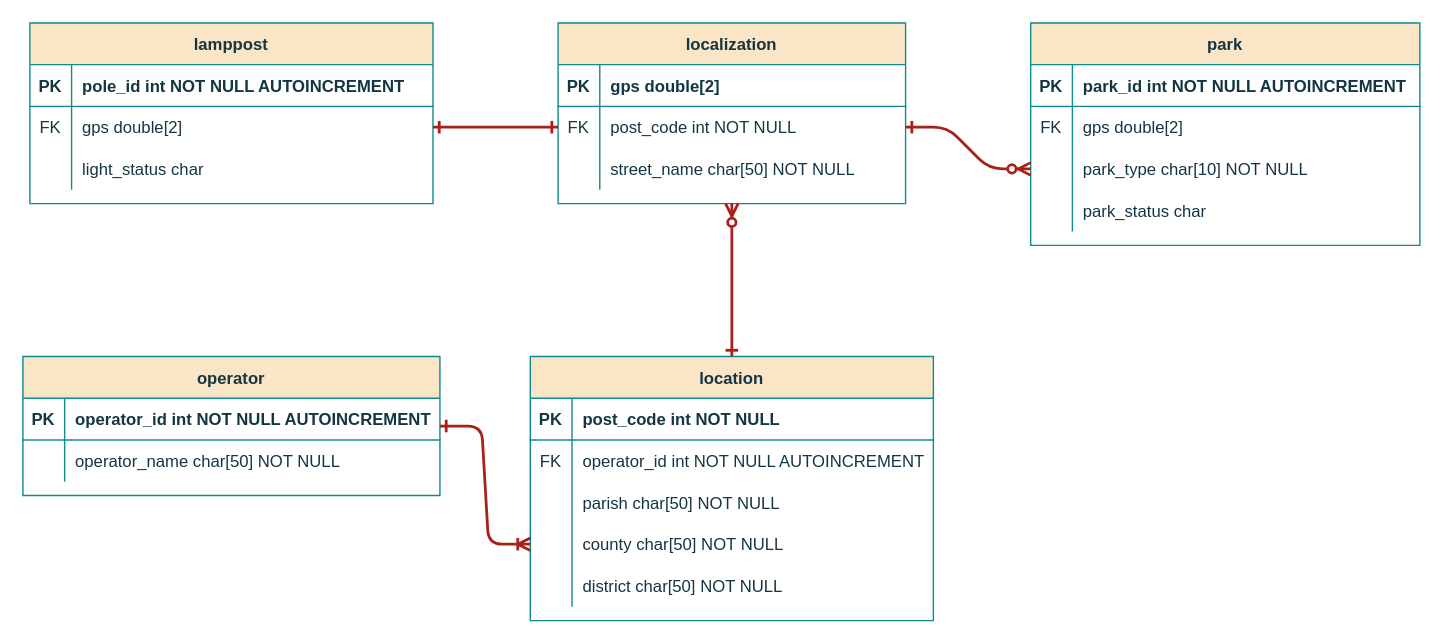
Above: project/report/flowcharts/DataBase.drawio in ESRGgroup9/slipad (draw.io), before the change. Source tidied: cells renumbered, new cells numbered last; positions are measured from the earlier drawing's top-left corner, leaving out a move shared by most shapes. Both pictures are drawn from the tidied source at 139%, with x=0, y=0 at pixel (22, 22).
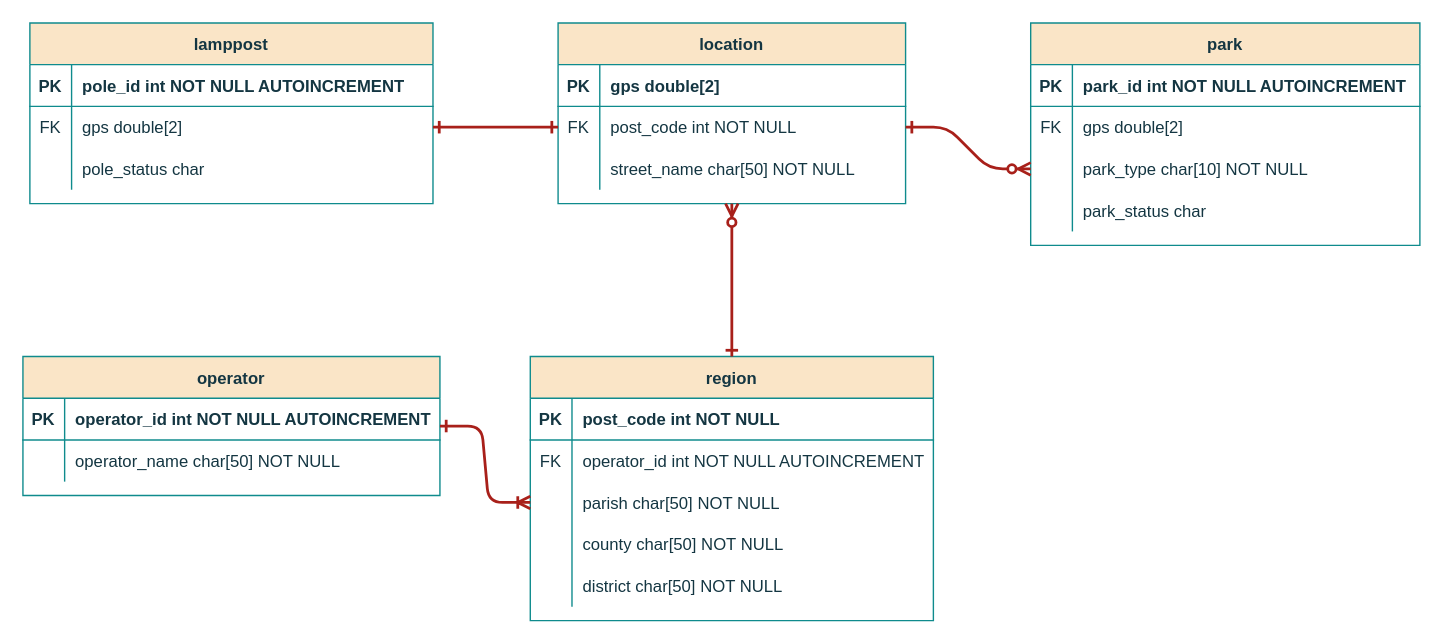
After the change.

Unchanged cells that the change refers to:
```xml
<mxCell id="9" style="shape=partialRectangle;fillColor=none;top=0;left=0;bottom=0;right=0;strokeColor=#0F8B8D;fontColor=#143642;" parent="2" vertex="1">
  <mxGeometry y="90" width="290" height="30" as="geometry" />
</mxCell>
<mxCell id="29" style="shape=partialRectangle;fillColor=none;top=0;left=0;bottom=0;right=0;points=[[0,0.5],[1,0.5]];portConstraint=eastwest;strokeColor=#0F8B8D;fontColor=#143642;" parent="22" vertex="1">
  <mxGeometry y="90" width="290" height="30" as="geometry" />
</mxCell>
<mxCell id="32" style="shape=partialRectangle;fillColor=none;top=0;left=0;bottom=0;right=0;points=[[0,0.5],[1,0.5]];portConstraint=eastwest;strokeColor=#0F8B8D;fontColor=#143642;" parent="22" vertex="1">
  <mxGeometry y="120" width="290" height="30" as="geometry" />
</mxCell>
<mxCell id="38" value="operator" style="shape=table;startSize=30;childLayout=tableLayout;rowLines=0;fontStyle=1;align=center;fillColor=#FAE5C7;strokeColor=#0F8B8D;fontColor=#143642;" parent="1" vertex="1">
  <mxGeometry y="240" width="300" height="100" as="geometry" />
</mxCell>
```

Diff of the diagram source:
```diff
@@
-    <mxCell id="11" value="light_status char" style="shape=partialRectangle;fillColor=none;top=0;left=0;bottom=0;right=0;align=left;spacingLeft=6;overflow=hidden;strokeColor=#0F8B8D;fontColor=#143642;" parent="9" vertex="1">
+    <mxCell id="11" value="pole_status char" style="shape=partialRectangle;fillColor=none;top=0;left=0;bottom=0;right=0;align=left;spacingLeft=6;overflow=hidden;strokeColor=#0F8B8D;fontColor=#143642;" parent="9" vertex="1">
       <mxGeometry x="30" width="260" height="30" as="geometry" />
     </mxCell>
-    <mxCell id="12" value="localization" style="shape=table;startSize=30;childLayout=tableLayout;rowLines=0;fontStyle=1;align=center;fillColor=#FAE5C7;strokeColor=#0F8B8D;fontColor=#143642;" parent="1" vertex="1">
+    <mxCell id="12" value="location" style="shape=table;startSize=30;childLayout=tableLayout;rowLines=0;fontStyle=1;align=center;fillColor=#FAE5C7;strokeColor=#0F8B8D;fontColor=#143642;" parent="1" vertex="1">
       <mxGeometry x="385" width="250" height="130" as="geometry" />
     </mxCell>
@@
-    <mxCell id="22" value="location" style="shape=table;startSize=30;childLayout=tableLayout;rowLines=0;fontStyle=1;align=center;fillColor=#FAE5C7;strokeColor=#0F8B8D;fontColor=#143642;" parent="1" vertex="1">
+    <mxCell id="22" value="region" style="shape=table;startSize=30;childLayout=tableLayout;rowLines=0;fontStyle=1;align=center;fillColor=#FAE5C7;strokeColor=#0F8B8D;fontColor=#143642;" parent="1" vertex="1">
       <mxGeometry x="365" y="240" width="290" height="190" as="geometry" />
     </mxCell>
@@
-    <mxCell id="58" style="endArrow=ERoneToMany;startArrow=ERone;endFill=0;startFill=0;exitX=1;exitY=0.5;exitDx=0;exitDy=0;entryX=0;entryY=0.5;entryDx=0;entryDy=0;strokeWidth=2;edgeStyle=entityRelationEdgeStyle;labelBackgroundColor=#DAD2D8;strokeColor=#A8201A;fontColor=#143642;" parent="1" edge="1" source="38" target="32">
+    <mxCell id="58" style="endArrow=ERoneToMany;startArrow=ERone;endFill=0;startFill=0;exitX=1;exitY=0.5;exitDx=0;exitDy=0;entryX=0;entryY=0.5;entryDx=0;entryDy=0;strokeWidth=2;edgeStyle=entityRelationEdgeStyle;labelBackgroundColor=#DAD2D8;strokeColor=#A8201A;fontColor=#143642;" parent="1" edge="1" source="38" target="29">
       <mxGeometry relative="1" as="geometry" />
     </mxCell>
```
